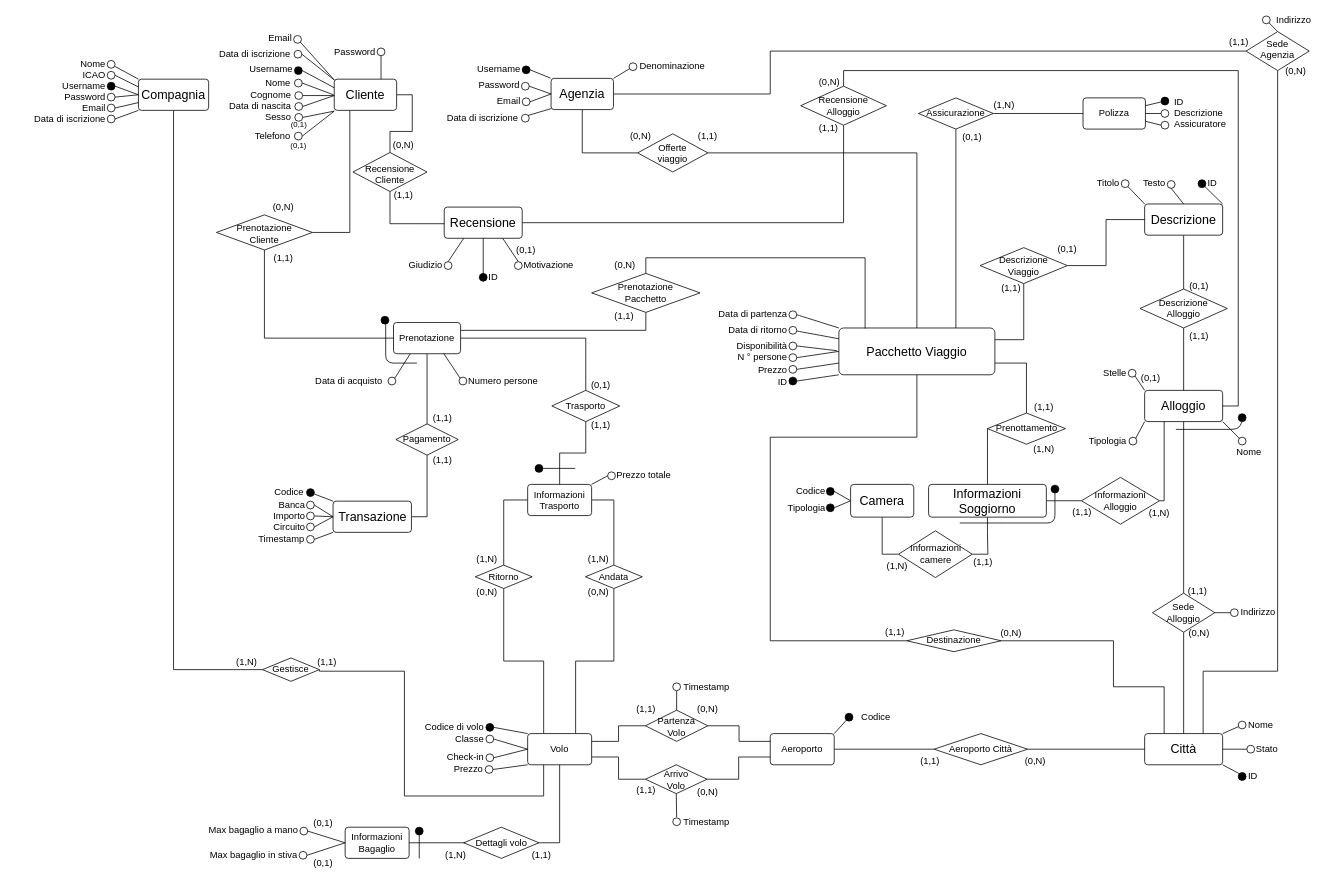
Earlier version of the draw.io diagram page "ER - Logico" (2 of 3) of E-R/E-R.drawio (bustre/Easy-travel). Source tidied: cells renumbered, new cells numbered last; positions are measured from the earlier drawing's top-left corner, leaving out a move shared by most shapes. Both pictures are drawn from the tidied source at 78%, with x=0, y=0 at pixel (13, 13).
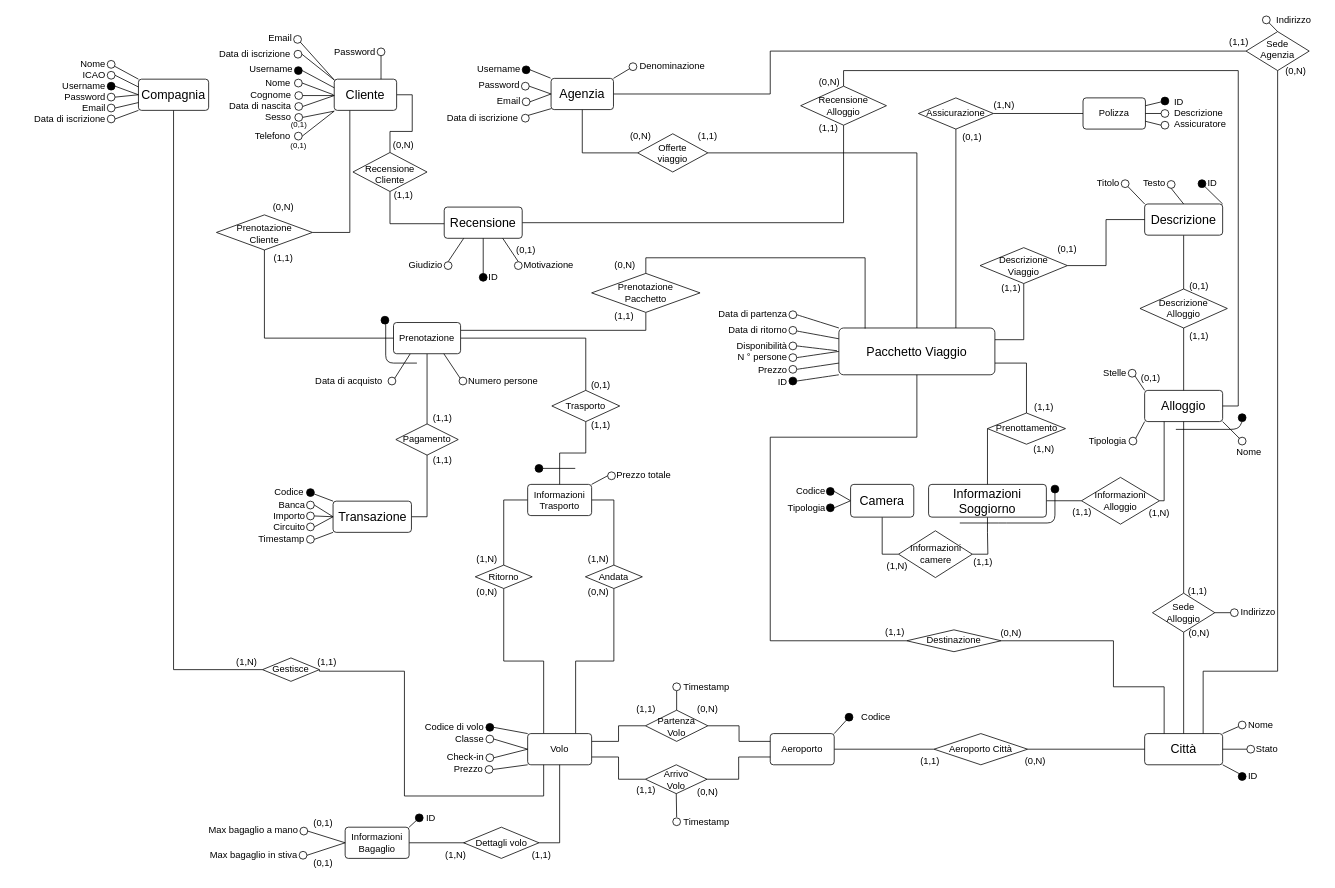
The same diagram, later.

Change to the diagram source:
```diff
@@
-    <mxCell id="292" style="endArrow=none;html=1;rounded=0;" parent="1" edge="1" source="294">
+    <mxCell id="292" style="endArrow=none;html=1;rounded=0;" parent="1" edge="1">
       <mxGeometry relative="1" as="geometry">
+        <mxPoint x="520" y="1053" as="sourcePoint" />
         <mxPoint x="520" y="1053" as="targetPoint" />
       </mxGeometry>
     </mxCell>
-    <mxCell id="293" style="endArrow=none;html=1;rounded=0;" parent="1" edge="1" target="294">
-      <mxGeometry relative="1" as="geometry">
-        <mxPoint x="520" y="1083" as="sourcePoint" />
-      </mxGeometry>
-    </mxCell>
-    <mxCell id="294" style="ellipse;whiteSpace=wrap;fillColor=#000000;" parent="1" vertex="1">
-      <mxGeometry x="515" y="1043" width="10" height="10" as="geometry" />
-    </mxCell>
@@
+    <mxCell id="347" style="endArrow=none;html=1;rounded=0;" parent="1" edge="1" source="349">
+      <mxGeometry relative="1" as="geometry">
+        <mxPoint x="520" y="1036" as="targetPoint" />
+      </mxGeometry>
+    </mxCell>
+    <mxCell id="348" style="endArrow=none;html=1;rounded=0;exitX=1;exitY=0;exitDx=0;exitDy=0;" parent="1" edge="1" target="349">
+      <mxGeometry relative="1" as="geometry">
+        <mxPoint x="507" y="1043" as="sourcePoint" />
+      </mxGeometry>
+    </mxCell>
+    <mxCell id="349" style="ellipse;whiteSpace=wrap;fillColor=#000000;" parent="1" vertex="1">
+      <mxGeometry x="515" y="1026" width="10" height="10" as="geometry" />
+    </mxCell>
+    <mxCell id="350" value="ID" style="text;strokeColor=none;fillColor=none;align=left;verticalAlign=middle;whiteSpace=wrap;rounded=0;" parent="1" vertex="1">
+      <mxGeometry x="527" y="1026" width="55" height="10" as="geometry" />
+    </mxCell>
```
